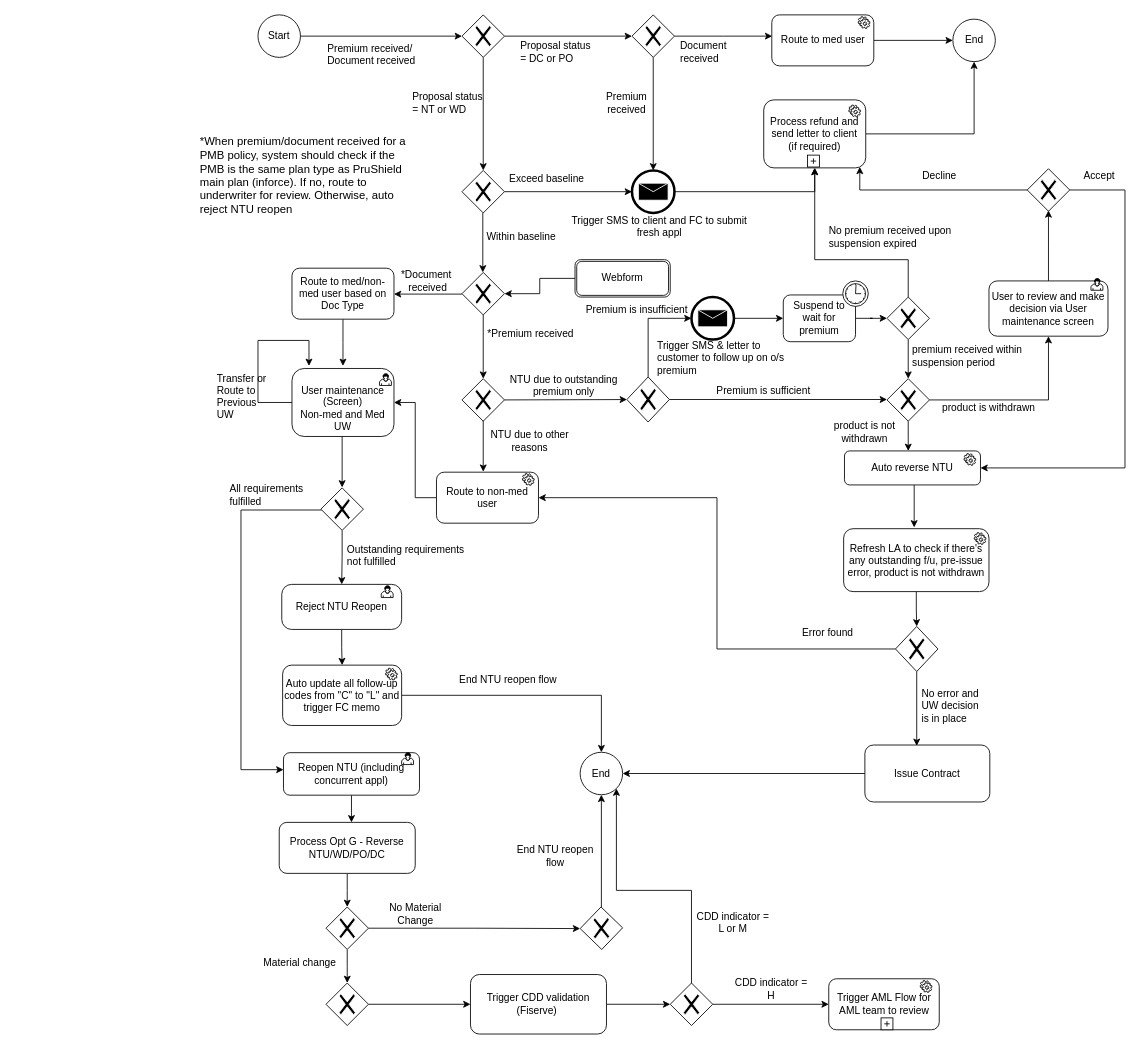
Earlier version of the draw.io diagram page "NTU Reopen" (9 of 11) of HS.drawio (Jefferzonlee/WorkFlow-BPR). Source tidied: cells renumbered, new cells numbered last; positions are measured from the earlier drawing's top-left corner, leaving out a move shared by most shapes. Both pictures are drawn from the tidied source at 85%, with x=0, y=0 at pixel (198, 14).
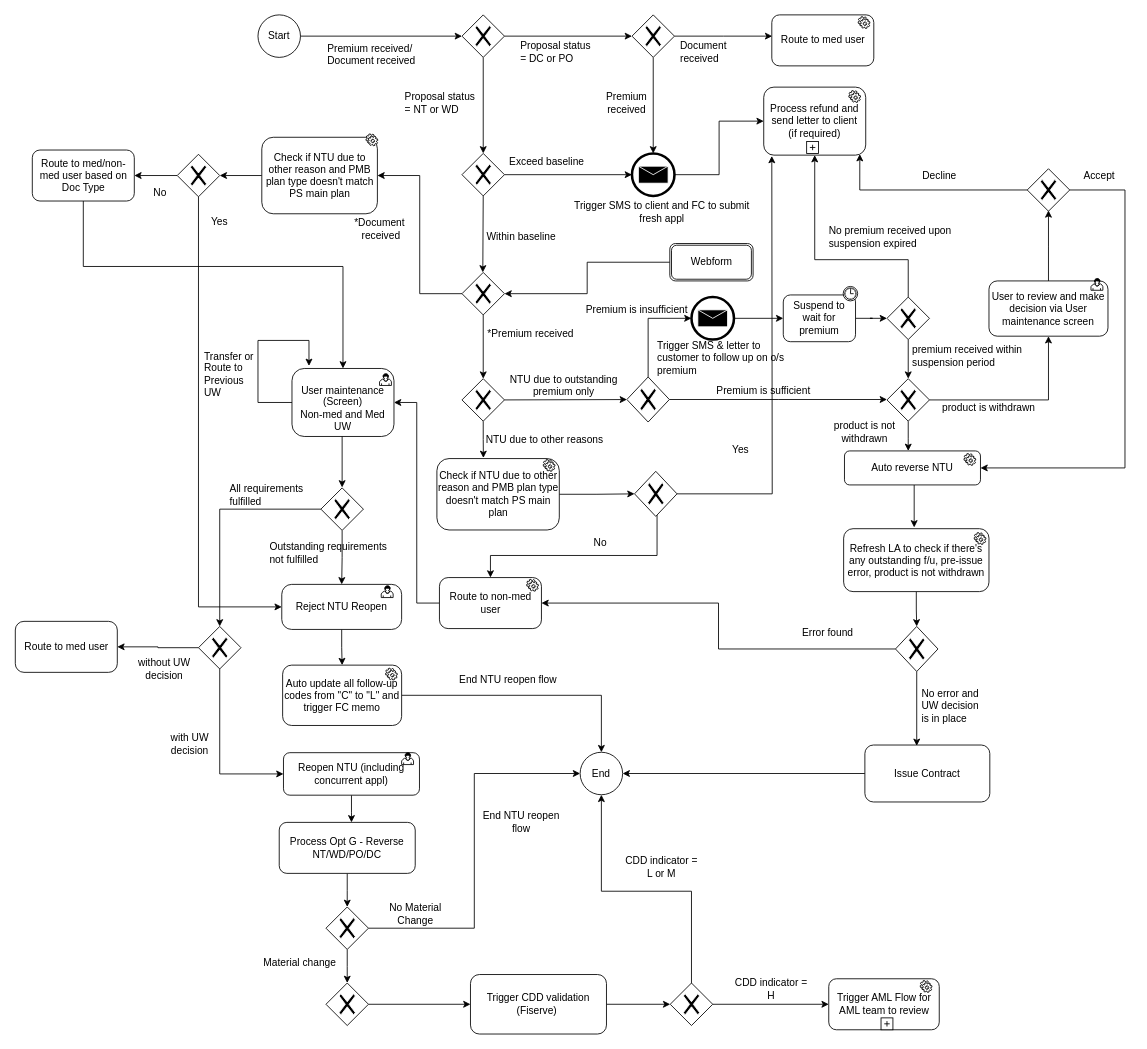
Above is the later version.

Unchanged cells that the change refers to:
```xml
<mxCell id="13" style="shape=mxgraph.bpmn.shape;html=1;verticalLabelPosition=bottom;labelBackgroundColor=#ffffff;verticalAlign=top;align=center;perimeter=rhombusPerimeter;background=gateway;outlineConnect=0;outline=none;symbol=exclusiveGw;" parent="1" vertex="1">
  <mxGeometry x="310" y="303" width="50" height="50" as="geometry" />
</mxCell>
<mxCell id="18" style="shape=mxgraph.bpmn.shape;html=1;verticalLabelPosition=bottom;labelBackgroundColor=#ffffff;verticalAlign=top;align=center;perimeter=rhombusPerimeter;background=gateway;outlineConnect=0;outline=none;symbol=exclusiveGw;" parent="1" vertex="1">
  <mxGeometry x="310" y="428" width="50" height="50" as="geometry" />
</mxCell>
<mxCell id="48" value="&lt;br&gt;&amp;nbsp;User maintenance&amp;nbsp; (Screen)&lt;br&gt;Non-med and Med UW&lt;br&gt;" style="html=1;whiteSpace=wrap;rounded=1;arcSize=18;" parent="1" vertex="1">
  <mxGeometry x="110" y="416" width="120" height="80" as="geometry" />
</mxCell>
<mxCell id="53" style="shape=mxgraph.bpmn.shape;html=1;verticalLabelPosition=bottom;labelBackgroundColor=#ffffff;verticalAlign=top;align=center;perimeter=rhombusPerimeter;background=gateway;outlineConnect=0;outline=none;symbol=exclusiveGw;" parent="1" vertex="1">
  <mxGeometry x="144" y="556.5" width="50" height="50" as="geometry" />
</mxCell>
<mxCell id="55" value="Reject NTU Reopen&lt;br&gt;" style="html=1;whiteSpace=wrap;rounded=1;arcSize=22;" parent="1" vertex="1">
  <mxGeometry x="98" y="670" width="141" height="53" as="geometry" />
</mxCell>
<mxCell id="57" value="Reopen NTU (including concurrent appl)&lt;br&gt;" style="html=1;whiteSpace=wrap;rounded=1;" parent="1" vertex="1">
  <mxGeometry x="100" y="868" width="160" height="50" as="geometry" />
</mxCell>
<mxCell id="69" value="End" style="ellipse;whiteSpace=wrap;html=1;" parent="1" vertex="1">
  <mxGeometry x="449" y="867.5" width="50" height="50" as="geometry" />
</mxCell>
<mxCell id="102" value="Route to med user" style="rounded=1;whiteSpace=wrap;html=1;" parent="1" vertex="1">
  <mxGeometry x="674.5" width="120" height="60" as="geometry" />
</mxCell>
<mxCell id="126" style="shape=mxgraph.bpmn.shape;html=1;verticalLabelPosition=bottom;labelBackgroundColor=#ffffff;verticalAlign=top;align=center;perimeter=rhombusPerimeter;background=gateway;outlineConnect=0;outline=none;symbol=exclusiveGw;" parent="1" vertex="1">
  <mxGeometry x="150" y="1049.5" width="50" height="50" as="geometry" />
</mxCell>
<mxCell id="132" style="shape=mxgraph.bpmn.shape;html=1;verticalLabelPosition=bottom;labelBackgroundColor=#ffffff;verticalAlign=top;align=center;perimeter=rhombusPerimeter;background=gateway;outlineConnect=0;outline=none;symbol=exclusiveGw;" parent="1" vertex="1">
  <mxGeometry x="555" y="1139" width="50" height="50" as="geometry" />
</mxCell>
```

Diff of the diagram source:
```diff
@@
     <mxCell id="7" style="shape=mxgraph.bpmn.shape;html=1;verticalLabelPosition=bottom;labelBackgroundColor=#ffffff;verticalAlign=top;align=center;perimeter=rhombusPerimeter;background=gateway;outlineConnect=0;outline=none;symbol=exclusiveGw;" parent="1" vertex="1">
-      <mxGeometry x="310" y="183" width="50" height="50" as="geometry" />
+      <mxGeometry x="310" y="163" width="50" height="50" as="geometry" />
     </mxCell>
-    <mxCell id="8" style="edgeStyle=orthogonalEdgeStyle;rounded=0;jettySize=auto;html=1;entryX=0.5;entryY=1;entryDx=0;entryDy=0;" parent="1" edge="1" source="9" target="28">
-      <mxGeometry relative="1" as="geometry" />
-    </mxCell>
     <mxCell id="9" value="Process refund and send letter to client&lt;br&gt;(if required)" style="rounded=1;whiteSpace=wrap;html=1;" parent="1" vertex="1">
-      <mxGeometry x="665" y="100" width="120" height="80" as="geometry" />
+      <mxGeometry x="665" y="85" width="120" height="80" as="geometry" />
     </mxCell>
     <mxCell id="10" value="Exceed baseline" style="text;html=1;strokeColor=none;fillColor=none;align=center;verticalAlign=middle;whiteSpace=wrap;rounded=0;" parent="1" vertex="1">
-      <mxGeometry x="310" y="183" width="200" height="20" as="geometry" />
+      <mxGeometry x="310" y="163" width="200" height="20" as="geometry" />
     </mxCell>
-    <mxCell id="11" style="endArrow=classic;html=1;" parent="1" edge="1">
+    <mxCell id="11" style="endArrow=classic;html=1;exitX=0.5;exitY=1;exitDx=0;exitDy=0;" parent="1" edge="1" source="7">
       <mxGeometry relative="1" as="geometry">
-        <mxPoint x="334.5" y="233" as="sourcePoint" />
         <mxPoint x="334.5" y="303" as="targetPoint" />
       </mxGeometry>
     </mxCell>
@@
+    <mxCell id="134" style="edgeStyle=orthogonalEdgeStyle;rounded=0;jettySize=auto;html=1;entryX=1;entryY=0.5;entryDx=0;entryDy=0;" parent="1" edge="1" source="13" target="149">
+      <mxGeometry relative="1" as="geometry" />
+    </mxCell>
@@
-    <mxCell id="14" style="endArrow=classic;html=1;" parent="1" edge="1">
-      <mxGeometry relative="1" as="geometry">
-        <mxPoint x="310" y="328.5" as="sourcePoint" />
-        <mxPoint x="230" y="328.5" as="targetPoint" />
-      </mxGeometry>
-    </mxCell>
@@
+    <mxCell id="135" style="edgeStyle=orthogonalEdgeStyle;rounded=0;jettySize=auto;html=1;entryX=0.5;entryY=0;entryDx=0;entryDy=0;" parent="1" edge="1" source="18">
+      <mxGeometry relative="1" as="geometry">
+        <mxPoint x="335.2" y="521.3" as="targetPoint" />
+      </mxGeometry>
+    </mxCell>
@@
-    <mxCell id="19" style="endArrow=classic;html=1;" parent="1" edge="1">
-      <mxGeometry relative="1" as="geometry">
-        <mxPoint x="335" y="477.5" as="sourcePoint" />
-        <mxPoint x="335" y="537.5" as="targetPoint" />
-      </mxGeometry>
-    </mxCell>
-    <mxCell id="20" style="edgeStyle=orthogonalEdgeStyle;rounded=0;jettySize=auto;html=1;exitX=0.5;exitY=1;exitDx=0;exitDy=0;" parent="1" edge="1" source="46">
-      <mxGeometry relative="1" as="geometry">
-        <mxPoint x="170" y="413" as="targetPoint" />
-      </mxGeometry>
-    </mxCell>
     <mxCell id="21" value="*Document&amp;nbsp;&lt;br&gt;received" style="text;html=1;strokeColor=none;fillColor=none;align=center;verticalAlign=middle;whiteSpace=wrap;rounded=0;" parent="1" vertex="1">
-      <mxGeometry x="220" y="303" width="100" height="20" as="geometry" />
+      <mxGeometry x="165" y="242" width="100" height="20" as="geometry" />
     </mxCell>
@@
-    <mxCell id="28" value="End" style="ellipse;whiteSpace=wrap;html=1;" parent="1" vertex="1">
-      <mxGeometry x="887.5" y="5" width="50" height="50" as="geometry" />
-    </mxCell>
@@
+    <mxCell id="136" style="edgeStyle=orthogonalEdgeStyle;rounded=0;jettySize=auto;html=1;entryX=0.5;entryY=0;entryDx=0;entryDy=0;" parent="1" edge="1" source="46" target="48">
+      <mxGeometry relative="1" as="geometry">
+        <Array as="points">
+          <mxPoint x="-135.5" y="296" />
+          <mxPoint x="169.5" y="296" />
+        </Array>
+      </mxGeometry>
+    </mxCell>
     <mxCell id="46" value="Route to med/non-med user based on Doc Type" style="rounded=1;whiteSpace=wrap;html=1;" parent="1" vertex="1">
-      <mxGeometry x="110" y="298" width="120" height="60" as="geometry" />
+      <mxGeometry x="-195.5" y="159" width="120" height="60" as="geometry" />
     </mxCell>
@@
-    <mxCell id="51" style="edgeStyle=orthogonalEdgeStyle;rounded=0;jettySize=auto;html=1;entryX=0;entryY=0.4;entryDx=0;entryDy=0;entryPerimeter=0;" parent="1" edge="1" source="53" target="57">
-      <mxGeometry relative="1" as="geometry">
-        <Array as="points">
-          <mxPoint x="50" y="582.5" />
-          <mxPoint x="50" y="887.5" />
-        </Array>
-      </mxGeometry>
-    </mxCell>
@@
+    <mxCell id="137" style="edgeStyle=orthogonalEdgeStyle;rounded=0;jettySize=auto;html=1;entryX=0.5;entryY=0;entryDx=0;entryDy=0;" parent="1" edge="1" source="53" target="143">
+      <mxGeometry relative="1" as="geometry" />
+    </mxCell>
@@
     <mxCell id="59" value="NTU due to other reasons" style="text;html=1;strokeColor=none;fillColor=none;align=center;verticalAlign=middle;whiteSpace=wrap;rounded=0;" parent="1" vertex="1">
-      <mxGeometry x="335" y="490.5" width="110" height="20" as="geometry" />
+      <mxGeometry x="335" y="490" width="145" height="20" as="geometry" />
     </mxCell>
@@
-    <mxCell id="61" value="Route to non-med user" style="rounded=1;whiteSpace=wrap;html=1;" parent="1" vertex="1">
-      <mxGeometry x="280" y="538" width="120" height="60" as="geometry" />
+    <mxCell id="61" value="Route to non-med user" style="rounded=1;whiteSpace=wrap;html=1;arcSize=17;" parent="1" vertex="1">
+      <mxGeometry x="283.5" y="662" width="120" height="60" as="geometry" />
     </mxCell>
@@
     <mxCell id="65" value="Transfer or Route to Previous UW" style="text;html=1;strokeColor=none;fillColor=none;align=left;verticalAlign=middle;whiteSpace=wrap;rounded=0;" parent="1" vertex="1">
-      <mxGeometry x="20" y="439" width="70" height="20" as="geometry" />
+      <mxGeometry x="5" y="413" width="70" height="20" as="geometry" />
     </mxCell>
@@
     <mxCell id="67" style="shape=mxgraph.bpmn.service_task;html=1;" parent="1" vertex="1">
-      <mxGeometry x="381" y="539.5" width="14" height="14" as="geometry" />
+      <mxGeometry x="386" y="664" width="14" height="14" as="geometry" />
     </mxCell>
     <mxCell id="68" style="shape=mxgraph.bpmn.service_task;html=1;" parent="1" vertex="1">
-      <mxGeometry x="765" y="106" width="14" height="14" as="geometry" />
+      <mxGeometry x="765" y="89" width="14" height="14" as="geometry" />
     </mxCell>
@@
     <mxCell id="77" style="shape=mxgraph.bpmn.shape;html=1;verticalLabelPosition=bottom;labelBackgroundColor=#ffffff;verticalAlign=top;align=center;perimeter=ellipsePerimeter;outlineConnect=0;outline=end;symbol=message;" parent="1" vertex="1">
-      <mxGeometry x="510" y="183" width="50" height="50" as="geometry" />
+      <mxGeometry x="510" y="163" width="50" height="50" as="geometry" />
     </mxCell>
     <mxCell id="78" value="Trigger SMS to client and FC to submit fresh appl" style="text;html=1;strokeColor=none;fillColor=none;align=center;verticalAlign=middle;whiteSpace=wrap;rounded=0;" parent="1" vertex="1">
-      <mxGeometry x="438" y="239" width="209" height="20" as="geometry" />
+      <mxGeometry x="440.5" y="222" width="209" height="20" as="geometry" />
     </mxCell>
     <mxCell id="79" value="Outstanding requirements not fulfilled" style="text;html=1;strokeColor=none;fillColor=none;align=left;verticalAlign=middle;whiteSpace=wrap;rounded=0;" parent="1" vertex="1">
-      <mxGeometry x="173" y="626" width="157" height="20" as="geometry" />
+      <mxGeometry x="82" y="623" width="157" height="20" as="geometry" />
     </mxCell>
@@
     <mxCell id="82" style="shape=mxgraph.bpmn.timer_start;perimeter=ellipsePerimeter;html=1;labelPosition=right;labelBackgroundColor=#ffffff;align=left;" parent="1" vertex="1">
-      <mxGeometry x="758" y="313" width="30" height="30" as="geometry">
+      <mxGeometry x="758.5" y="313" width="17" height="30" as="geometry">
         <mxPoint x="-15" y="10" as="offset" />
       </mxGeometry>
     </mxCell>
@@
     <mxCell id="84" value="Webform" style="shape=ext;rounded=1;html=1;whiteSpace=wrap;double=1;" parent="1" vertex="1">
-      <mxGeometry x="443" y="288" width="112" height="44" as="geometry" />
+      <mxGeometry x="554.5" y="269" width="98" height="44" as="geometry" />
     </mxCell>
@@
     <mxCell id="89" value="End NTU reopen flow" style="text;html=1;strokeColor=none;fillColor=none;align=center;verticalAlign=middle;whiteSpace=wrap;rounded=0;" parent="1" vertex="1">
-      <mxGeometry x="372.5" y="980" width="94" height="20" as="geometry" />
+      <mxGeometry x="333" y="940" width="94" height="20" as="geometry" />
     </mxCell>
     <mxCell id="90" style="shape=plus;html=1;fillColor=#FFFFFF;" parent="1" vertex="1">
-      <mxGeometry x="716.5" y="165" width="14" height="14" as="geometry" />
+      <mxGeometry x="715.5" y="149" width="14" height="14" as="geometry" />
     </mxCell>
@@
     <mxCell id="94" value="Proposal status = NT or WD" style="text;html=1;strokeColor=none;fillColor=none;align=left;verticalAlign=middle;whiteSpace=wrap;rounded=0;" parent="1" vertex="1">
-      <mxGeometry x="250" y="94" width="85" height="20" as="geometry" />
+      <mxGeometry x="241" y="94" width="85" height="20" as="geometry" />
     </mxCell>
@@
-    <mxCell id="101" style="edgeStyle=orthogonalEdgeStyle;rounded=0;jettySize=auto;html=1;entryX=0;entryY=0.5;entryDx=0;entryDy=0;" parent="1" edge="1" source="102" target="28">
-      <mxGeometry relative="1" as="geometry" />
-    </mxCell>
@@
-    <mxCell id="112" value="&lt;span lang=&quot;EN-AU&quot; style=&quot;font-size: 10.0pt ; font-family: &amp;#34;arial&amp;#34; , sans-serif&quot;&gt;*When premium/document received for a PMB policy, system should check if the PMB is the same plan type as PruShield main plan (inforce). If no, route to underwriter for review. Otherwise, auto reject NTU reopen&lt;/span&gt;" style="text;html=1;strokeColor=none;fillColor=none;align=left;verticalAlign=middle;whiteSpace=wrap;rounded=0;" parent="1" vertex="1">
-      <mxGeometry y="119" width="252" height="140" as="geometry" />
-    </mxCell>
@@
-    <mxCell id="114" value="Process Opt G - Reverse NTU/WD/PO/DC" style="rounded=1;whiteSpace=wrap;html=1;" parent="1" vertex="1">
+    <mxCell id="114" value="Process Opt G - Reverse NT/WD/PO/DC" style="rounded=1;whiteSpace=wrap;html=1;" parent="1" vertex="1">
       <mxGeometry x="95" y="950" width="160" height="60" as="geometry" />
     </mxCell>
@@
     <mxCell id="120" value="CDD indicator = L or M" style="text;html=1;strokeColor=none;fillColor=none;align=center;verticalAlign=middle;whiteSpace=wrap;rounded=0;" parent="1" vertex="1">
-      <mxGeometry x="582.5" y="1057.5" width="92" height="20" as="geometry" />
+      <mxGeometry x="499" y="993" width="92" height="20" as="geometry" />
     </mxCell>
@@
-    <mxCell id="125" style="edgeStyle=orthogonalEdgeStyle;rounded=0;jettySize=auto;html=1;entryX=0;entryY=0.5;entryDx=0;entryDy=0;" parent="1" edge="1" source="126" target="129">
+    <mxCell id="125" style="edgeStyle=orthogonalEdgeStyle;rounded=0;jettySize=auto;html=1;entryX=0;entryY=0.5;entryDx=0;entryDy=0;" parent="1" edge="1" source="126" target="69">
       <mxGeometry relative="1" as="geometry" />
     </mxCell>
@@
-    <mxCell id="128" style="edgeStyle=orthogonalEdgeStyle;rounded=0;jettySize=auto;html=1;entryX=0.5;entryY=1;entryDx=0;entryDy=0;" parent="1" edge="1" source="129" target="69">
-      <mxGeometry relative="1" as="geometry" />
-    </mxCell>
-    <mxCell id="129" style="shape=mxgraph.bpmn.shape;html=1;verticalLabelPosition=bottom;labelBackgroundColor=#ffffff;verticalAlign=top;align=center;perimeter=rhombusPerimeter;background=gateway;outlineConnect=0;outline=none;symbol=exclusiveGw;rotation=-1;" parent="1" vertex="1">
-      <mxGeometry x="449" y="1049.5" width="50" height="50" as="geometry" />
-    </mxCell>
@@
-    <mxCell id="131" style="edgeStyle=orthogonalEdgeStyle;rounded=0;jettySize=auto;html=1;entryX=1;entryY=1;entryDx=0;entryDy=0;" parent="1" edge="1" source="132" target="69">
+    <mxCell id="131" style="edgeStyle=orthogonalEdgeStyle;rounded=0;jettySize=auto;html=1;entryX=0.5;entryY=1;entryDx=0;entryDy=0;" parent="1" edge="1" source="132" target="69">
       <mxGeometry relative="1" as="geometry">
         <Array as="points">
-          <mxPoint x="580" y="1030" />
-          <mxPoint x="492" y="1030" />
+          <mxPoint x="580.5" y="1031" />
+          <mxPoint x="473.5" y="1031" />
         </Array>
       </mxGeometry>
     </mxCell>
@@
+    <mxCell id="138" style="edgeStyle=orthogonalEdgeStyle;rounded=0;jettySize=auto;html=1;entryX=0;entryY=0.5;entryDx=0;entryDy=0;" parent="1" edge="1" source="139" target="155">
+      <mxGeometry relative="1" as="geometry" />
+    </mxCell>
+    <mxCell id="139" value="Check if NTU due to other reason and PMB plan type doesn't match PS main plan" style="rounded=1;whiteSpace=wrap;html=1;arcSize=17;" parent="1" vertex="1">
+      <mxGeometry x="280.5" y="522" width="144" height="84" as="geometry" />
+    </mxCell>
+    <mxCell id="140" value="No" style="text;html=1;strokeColor=none;fillColor=none;align=center;verticalAlign=middle;whiteSpace=wrap;rounded=0;" parent="1" vertex="1">
+      <mxGeometry x="440" y="610.5" width="66" height="20" as="geometry" />
+    </mxCell>
+    <mxCell id="141" style="edgeStyle=orthogonalEdgeStyle;rounded=0;jettySize=auto;html=1;" parent="1" edge="1" source="143" target="145">
+      <mxGeometry relative="1" as="geometry" />
+    </mxCell>
+    <mxCell id="142" style="edgeStyle=orthogonalEdgeStyle;rounded=0;jettySize=auto;html=1;entryX=0;entryY=0.5;entryDx=0;entryDy=0;" parent="1" edge="1" source="143" target="57">
+      <mxGeometry relative="1" as="geometry">
+        <Array as="points">
+          <mxPoint x="24.5" y="893" />
+        </Array>
+      </mxGeometry>
+    </mxCell>
+    <mxCell id="143" style="shape=mxgraph.bpmn.shape;html=1;verticalLabelPosition=bottom;labelBackgroundColor=#ffffff;verticalAlign=top;align=center;perimeter=rhombusPerimeter;background=gateway;outlineConnect=0;outline=none;symbol=exclusiveGw;" parent="1" vertex="1">
+      <mxGeometry y="719.5" width="50" height="50" as="geometry" />
+    </mxCell>
+    <mxCell id="144" style="shape=mxgraph.bpmn.service_task;html=1;" parent="1" vertex="1">
+      <mxGeometry x="405.5" y="523" width="14" height="14" as="geometry" />
+    </mxCell>
+    <mxCell id="145" value="Route to med user" style="rounded=1;whiteSpace=wrap;html=1;arcSize=17;" parent="1" vertex="1">
+      <mxGeometry x="-215.5" y="713.5" width="120" height="60" as="geometry" />
+    </mxCell>
+    <mxCell id="146" value="with UW decision" style="text;html=1;strokeColor=none;fillColor=none;align=center;verticalAlign=middle;whiteSpace=wrap;rounded=0;" parent="1" vertex="1">
+      <mxGeometry x="-45" y="847.5" width="70" height="20" as="geometry" />
+    </mxCell>
+    <mxCell id="147" value="without UW decision" style="text;html=1;strokeColor=none;fillColor=none;align=center;verticalAlign=middle;whiteSpace=wrap;rounded=0;" parent="1" vertex="1">
+      <mxGeometry x="-95.5" y="759.5" width="110" height="20" as="geometry" />
+    </mxCell>
+    <mxCell id="148" style="edgeStyle=orthogonalEdgeStyle;rounded=0;jettySize=auto;html=1;entryX=1;entryY=0.5;entryDx=0;entryDy=0;" parent="1" edge="1" source="149" target="152">
+      <mxGeometry relative="1" as="geometry" />
+    </mxCell>
+    <mxCell id="149" value="Check if NTU due to other reason and PMB plan type doesn't match PS main plan" style="rounded=1;whiteSpace=wrap;html=1;" parent="1" vertex="1">
+      <mxGeometry x="74.5" y="144" width="136" height="90" as="geometry" />
+    </mxCell>
+    <mxCell id="150" style="edgeStyle=orthogonalEdgeStyle;rounded=0;jettySize=auto;html=1;entryX=1;entryY=0.5;entryDx=0;entryDy=0;" parent="1" edge="1" source="152" target="46">
+      <mxGeometry relative="1" as="geometry" />
+    </mxCell>
+    <mxCell id="151" style="edgeStyle=orthogonalEdgeStyle;rounded=0;jettySize=auto;html=1;entryX=0;entryY=0.5;entryDx=0;entryDy=0;" parent="1" edge="1" source="152" target="55">
+      <mxGeometry relative="1" as="geometry">
+        <Array as="points">
+          <mxPoint x="0.5" y="696" />
+        </Array>
+      </mxGeometry>
+    </mxCell>
+    <mxCell id="152" style="shape=mxgraph.bpmn.shape;html=1;verticalLabelPosition=bottom;labelBackgroundColor=#ffffff;verticalAlign=top;align=center;perimeter=rhombusPerimeter;background=gateway;outlineConnect=0;outline=none;symbol=exclusiveGw;" parent="1" vertex="1">
+      <mxGeometry x="-25" y="164" width="50" height="50" as="geometry" />
+    </mxCell>
+    <mxCell id="153" style="edgeStyle=orthogonalEdgeStyle;rounded=0;jettySize=auto;html=1;" parent="1" edge="1" source="155">
+      <mxGeometry relative="1" as="geometry">
+        <mxPoint x="674.5" y="166" as="targetPoint" />
+      </mxGeometry>
+    </mxCell>
+    <mxCell id="154" style="edgeStyle=orthogonalEdgeStyle;rounded=0;jettySize=auto;html=1;entryX=0.5;entryY=0;entryDx=0;entryDy=0;" parent="1" edge="1" source="155" target="61">
+      <mxGeometry relative="1" as="geometry">
+        <Array as="points">
+          <mxPoint x="539.5" y="636" />
+        </Array>
+      </mxGeometry>
+    </mxCell>
+    <mxCell id="155" style="shape=mxgraph.bpmn.shape;html=1;verticalLabelPosition=bottom;labelBackgroundColor=#ffffff;verticalAlign=top;align=center;perimeter=rhombusPerimeter;background=gateway;outlineConnect=0;outline=none;symbol=exclusiveGw;" parent="1" vertex="1">
+      <mxGeometry x="513" y="537" width="50" height="53" as="geometry" />
+    </mxCell>
+    <mxCell id="156" value="Yes" style="text;html=1;strokeColor=none;fillColor=none;align=center;verticalAlign=middle;whiteSpace=wrap;rounded=0;" parent="1" vertex="1">
+      <mxGeometry x="617.5" y="501.5" width="40" height="20" as="geometry" />
+    </mxCell>
+    <mxCell id="157" value="No" style="text;html=1;strokeColor=none;fillColor=none;align=center;verticalAlign=middle;whiteSpace=wrap;rounded=0;" parent="1" vertex="1">
+      <mxGeometry x="-65" y="200.5" width="40" height="17" as="geometry" />
+    </mxCell>
+    <mxCell id="158" value="Yes" style="text;html=1;strokeColor=none;fillColor=none;align=center;verticalAlign=middle;whiteSpace=wrap;rounded=0;" parent="1" vertex="1">
+      <mxGeometry x="5" y="234" width="40" height="20" as="geometry" />
+    </mxCell>
+    <mxCell id="159" style="shape=mxgraph.bpmn.service_task;html=1;" parent="1" vertex="1">
+      <mxGeometry x="197" y="140" width="14" height="14" as="geometry" />
+    </mxCell>
```
